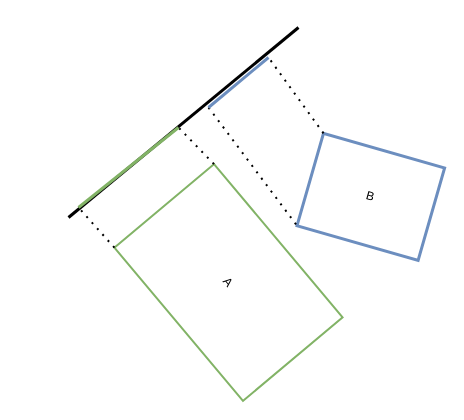
Earlier version of the draw.io diagram js/分离轴定理.drawio (dingtt/web_note). Source tidied: cells renumbered, new cells numbered last; positions are measured from the earlier drawing's top-left corner, leaving out a move shared by most shapes. Both pictures are drawn from the tidied source at 100%, with x=0, y=0 at pixel (68, 27).
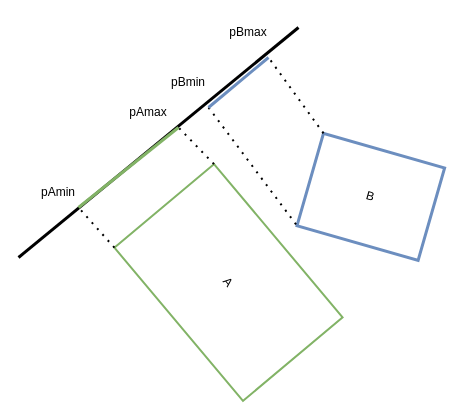
After the change.

Commit message:
更新分离轴定理.drawio

Change to the diagram source:
```diff
@@
     <mxCell id="4" style="endArrow=none;html=1;rounded=0;strokeWidth=3;" parent="1" edge="1">
       <mxGeometry relative="1" as="geometry">
-        <mxPoint y="190" as="sourcePoint" />
+        <mxPoint x="-50" y="230" as="sourcePoint" />
         <mxPoint x="230" as="targetPoint" />
       </mxGeometry>
     </mxCell>
@@
+    <mxCell id="11" value="pAmax" style="text;strokeColor=none;align=center;fillColor=none;html=1;verticalAlign=middle;whiteSpace=wrap;rounded=0;" parent="1" vertex="1">
+      <mxGeometry x="50" y="70" width="60" height="30" as="geometry" />
+    </mxCell>
+    <mxCell id="12" value="pBmin" style="text;strokeColor=none;align=center;fillColor=none;html=1;verticalAlign=middle;whiteSpace=wrap;rounded=0;" parent="1" vertex="1">
+      <mxGeometry x="90" y="40" width="60" height="30" as="geometry" />
+    </mxCell>
+    <mxCell id="13" value="pBmax" style="text;strokeColor=none;align=center;fillColor=none;html=1;verticalAlign=middle;whiteSpace=wrap;rounded=0;" parent="1" vertex="1">
+      <mxGeometry x="150" y="-10" width="60" height="30" as="geometry" />
+    </mxCell>
+    <mxCell id="14" value="pAmin" style="text;strokeColor=none;align=center;fillColor=none;html=1;verticalAlign=middle;whiteSpace=wrap;rounded=0;" parent="1" vertex="1">
+      <mxGeometry x="-40" y="150" width="60" height="30" as="geometry" />
+    </mxCell>
```
